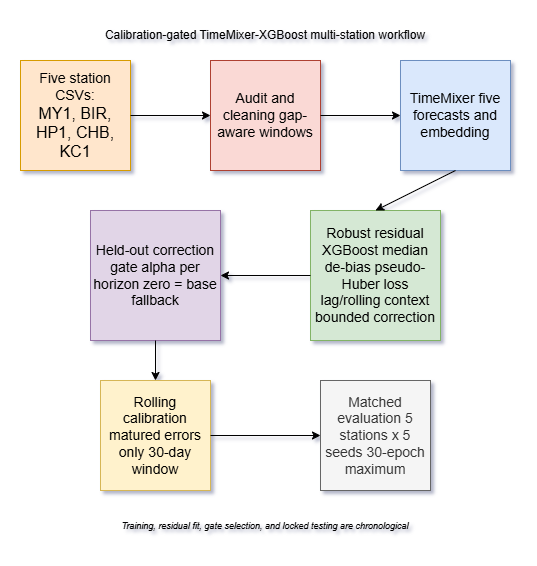
Above: paper/figures/00_framework.png in tngan16/Hybrid-TimeMixer-XGBoost-PM25 (draw.io), before the change. Source tidied: cells renumbered, new cells last; positions are measured from the earlier drawing's top-left corner, leaving out a move shared by most shapes.
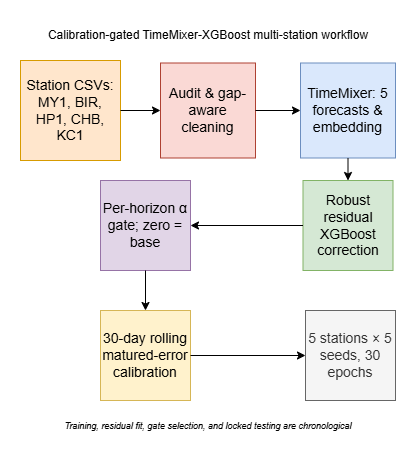
Above is the later version.

Commit message:
Update paper and workflow figure

Diff of the diagram source:
```diff
@@ -2,32 +2,32 @@
   <root>
     <mxCell id="0" />
     <mxCell id="1" parent="0" />
-    <mxCell id="2" value="&lt;font style=&quot;font-size: 14px;&quot;&gt;Five station CSVs:&lt;/font&gt;&lt;div&gt;&lt;font size=&quot;3&quot;&gt;MY1, BIR, HP1, CHB, KC1&lt;/font&gt;&lt;/div&gt;" style="whiteSpace=wrap;html=1;fillColor=#ffe6cc;strokeColor=#d79b00;" parent="1" vertex="1">
-      <mxGeometry y="40" width="110" height="110" as="geometry" />
+    <mxCell id="2" value="&lt;font style=&quot;font-size: 14px;&quot;&gt;Station CSVs: MY1, BIR, HP1, CHB, KC1&lt;/font&gt;" style="whiteSpace=wrap;html=1;fillColor=#ffe6cc;strokeColor=#d79b00;" parent="1" vertex="1">
+      <mxGeometry x="10" y="40" width="100" height="100" as="geometry" />
     </mxCell>
-    <mxCell id="3" value="&lt;font style=&quot;font-size: 14px;&quot;&gt;Audit and cleaning gap-aware windows&lt;/font&gt;" style="whiteSpace=wrap;html=1;fillColor=#fad9d5;strokeColor=#ae4132;" parent="1" vertex="1">
-      <mxGeometry x="190" y="40" width="110" height="110" as="geometry" />
+    <mxCell id="3" value="&lt;font style=&quot;font-size: 14px;&quot;&gt;Audit &amp;amp; gap-aware cleaning&lt;/font&gt;" style="whiteSpace=wrap;html=1;fillColor=#fad9d5;strokeColor=#ae4132;" parent="1" vertex="1">
+      <mxGeometry x="150" y="42.5" width="95" height="95" as="geometry" />
     </mxCell>
-    <mxCell id="4" value="&lt;font style=&quot;font-size: 14px;&quot;&gt;TimeMixer five forecasts and embedding&lt;/font&gt;" style="whiteSpace=wrap;html=1;fillColor=#dae8fc;strokeColor=#6c8ebf;" parent="1" vertex="1">
-      <mxGeometry x="380" y="40" width="110" height="110" as="geometry" />
+    <mxCell id="4" value="&lt;font style=&quot;font-size: 14px;&quot;&gt;TimeMixer: 5 forecasts &amp;amp; embedding&lt;/font&gt;" style="whiteSpace=wrap;html=1;fillColor=#dae8fc;strokeColor=#6c8ebf;" parent="1" vertex="1">
+      <mxGeometry x="290" y="42.5" width="95" height="95" as="geometry" />
     </mxCell>
     <mxCell id="5" value="Calibration-gated TimeMixer-XGBoost multi-station workflow" style="text;html=1;whiteSpace=wrap;strokeColor=none;fillColor=none;align=center;verticalAlign=middle;rounded=0;" parent="1" vertex="1">
-      <mxGeometry x="70" width="350" height="30" as="geometry" />
+      <mxGeometry x="22.5" width="350" height="30" as="geometry" />
     </mxCell>
-    <mxCell id="6" value="&lt;font style=&quot;font-size: 14px;&quot;&gt;Robust residual XGBoost median de-bias pseudo-Huber loss lag/rolling context bounded correction&lt;/font&gt;" style="whiteSpace=wrap;html=1;fillColor=#d5e8d4;strokeColor=#82b366;" parent="1" vertex="1">
-      <mxGeometry x="290" y="190" width="130" height="130" as="geometry" />
+    <mxCell id="6" value="&lt;font style=&quot;font-size: 14px;&quot;&gt;Robust residual XGBoost correction&lt;/font&gt;" style="whiteSpace=wrap;html=1;fillColor=#d5e8d4;strokeColor=#82b366;" parent="1" vertex="1">
+      <mxGeometry x="292.5" y="160" width="90" height="90" as="geometry" />
     </mxCell>
     <mxCell id="7" value="&lt;font style=&quot;font-size: 9px;&quot;&gt;&lt;i&gt;Training, residual fit, gate selection, and locked testing are chronological&lt;/i&gt;&lt;/font&gt;" style="text;html=1;whiteSpace=wrap;strokeColor=none;fillColor=none;align=center;verticalAlign=middle;rounded=0;" parent="1" vertex="1">
-      <mxGeometry x="95" y="490" width="300" height="30" as="geometry" />
+      <mxGeometry x="47.5" y="390" width="300" height="30" as="geometry" />
     </mxCell>
-    <mxCell id="8" value="&lt;font style=&quot;font-size: 14px;&quot;&gt;Held-out correction gate alpha per horizon zero = base fallback&lt;/font&gt;" style="whiteSpace=wrap;html=1;fillColor=#e1d5e7;strokeColor=#9673a6;" parent="1" vertex="1">
-      <mxGeometry x="70" y="190" width="130" height="130" as="geometry" />
+    <mxCell id="8" value="&lt;font style=&quot;font-size: 14px;&quot;&gt;Per-horizon α gate; zero = base&lt;/font&gt;" style="whiteSpace=wrap;html=1;fillColor=#e1d5e7;strokeColor=#9673a6;" parent="1" vertex="1">
+      <mxGeometry x="90" y="160" width="90" height="90" as="geometry" />
     </mxCell>
-    <mxCell id="9" value="&lt;font style=&quot;font-size: 14px;&quot;&gt;Matched evaluation 5 stations x 5 seeds 30-epoch maximum&lt;/font&gt;" style="whiteSpace=wrap;html=1;fillColor=#f5f5f5;fontColor=#333333;strokeColor=#666666;" parent="1" vertex="1">
-      <mxGeometry x="300" y="360" width="110" height="110" as="geometry" />
+    <mxCell id="9" value="&lt;font style=&quot;font-size: 14px;&quot;&gt;5 stations × 5 seeds, 30 epochs&lt;/font&gt;" style="whiteSpace=wrap;html=1;fillColor=#f5f5f5;fontColor=#333333;strokeColor=#666666;" parent="1" vertex="1">
+      <mxGeometry x="295" y="290" width="90" height="90" as="geometry" />
     </mxCell>
-    <mxCell id="10" value="&lt;font style=&quot;font-size: 14px;&quot;&gt;Rolling calibration matured errors only 30-day window&lt;/font&gt;" style="whiteSpace=wrap;html=1;fillColor=#fff2cc;strokeColor=#d6b656;" parent="1" vertex="1">
-      <mxGeometry x="80" y="360" width="110" height="110" as="geometry" />
+    <mxCell id="10" value="&lt;font style=&quot;font-size: 14px;&quot;&gt;30-day rolling matured-error calibration&lt;/font&gt;" style="whiteSpace=wrap;html=1;fillColor=#fff2cc;strokeColor=#d6b656;" parent="1" vertex="1">
+      <mxGeometry x="90" y="290" width="90" height="90" as="geometry" />
     </mxCell>
     <mxCell id="11" style="endArrow=classic;html=1;rounded=0;exitX=1;exitY=0.5;exitDx=0;exitDy=0;entryX=0;entryY=0.5;entryDx=0;entryDy=0;" parent="1" edge="1" source="2" target="3">
       <mxGeometry relative="1" as="geometry" />
```
